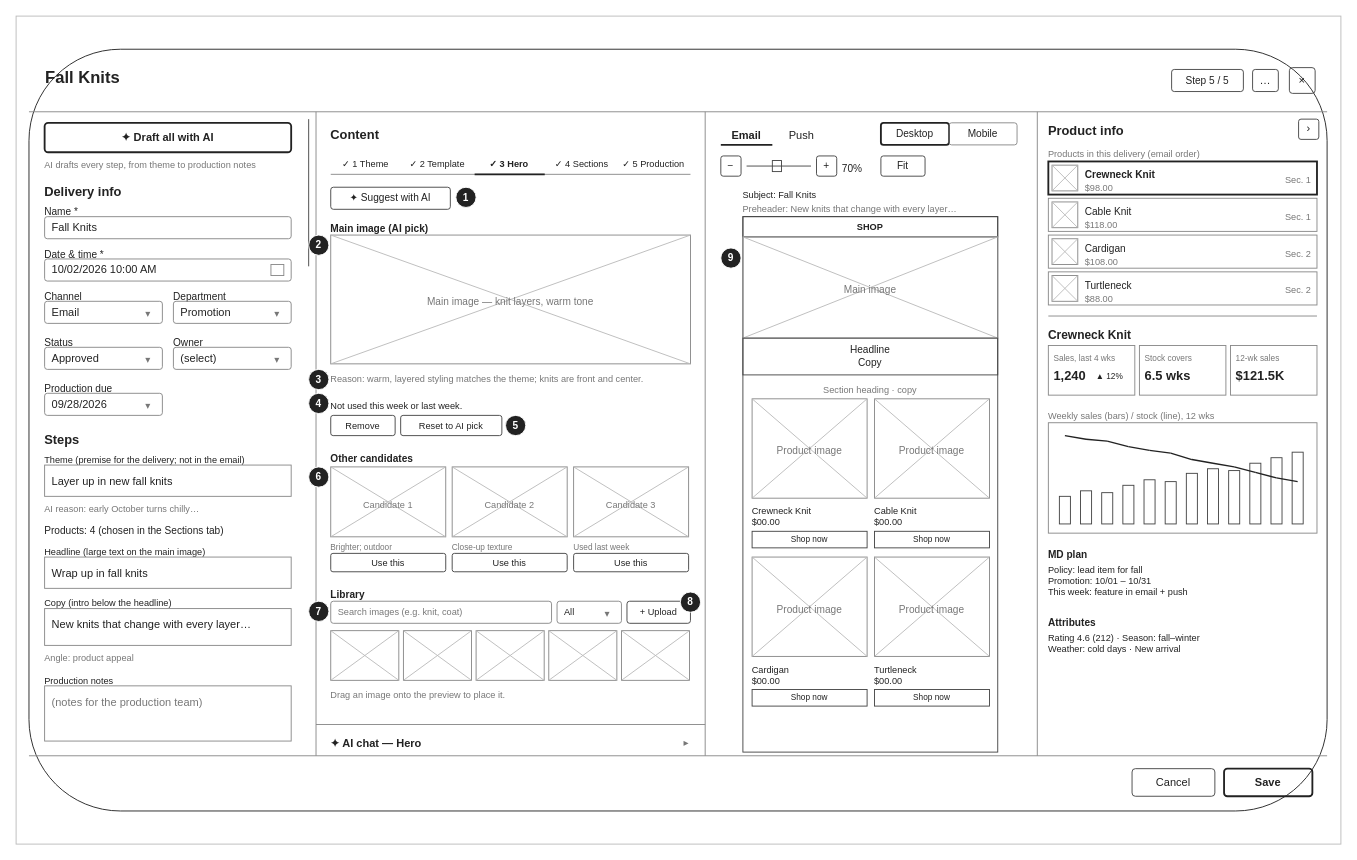
Earlier version of the draw.io diagram docs/wireframes/drawio/04-card-hero.drawio (audeoinc/ccp). Source tidied: cells renumbered, new cells numbered last; positions are measured from the earlier drawing's top-left corner, leaving out a move shared by most shapes. Both pictures are drawn from the tidied source at 92%, with x=0, y=0 at pixel (16, 16).
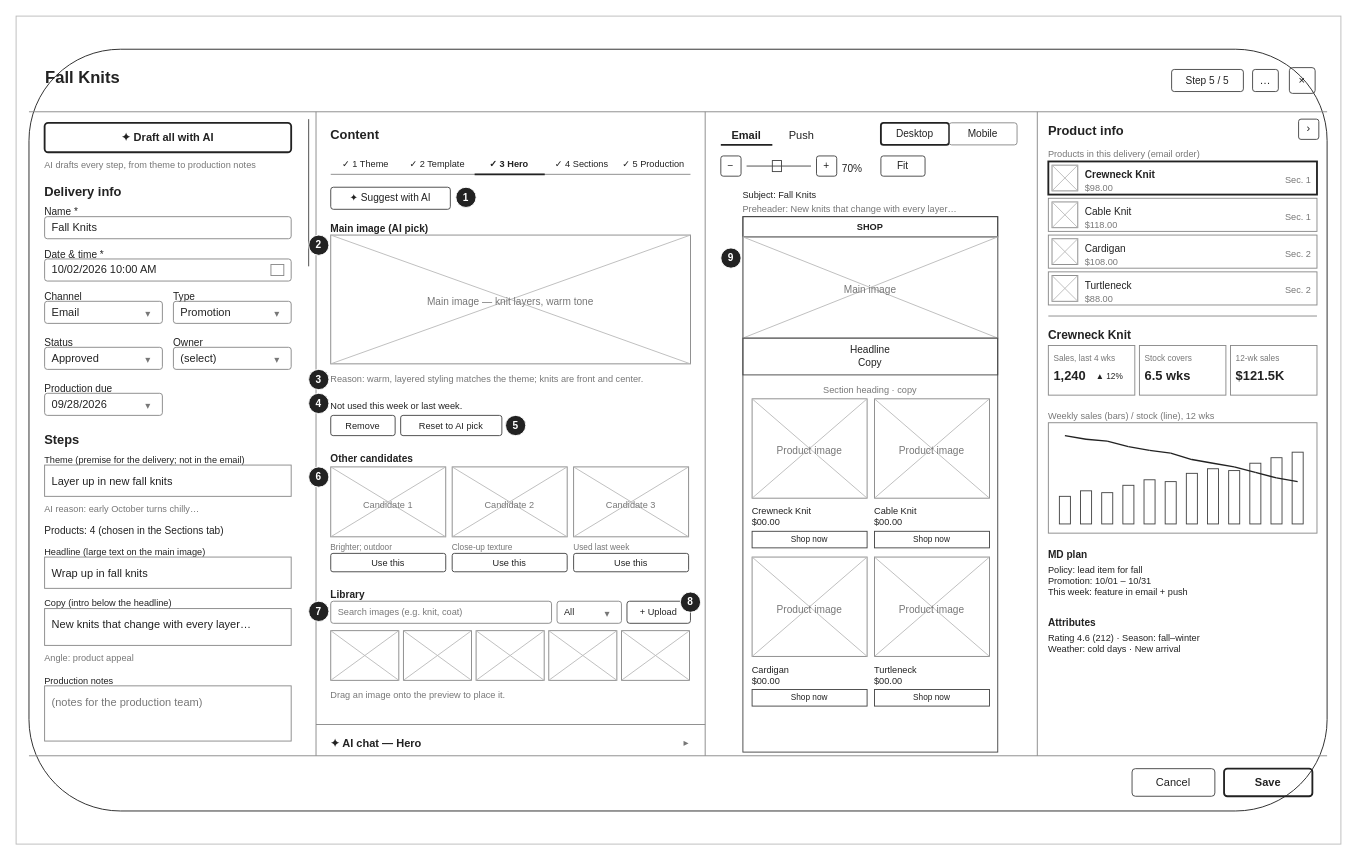
Above is the later version.

Change to the diagram source:
```diff
@@
-    <mxCell id="33" value="Department" style="text;html=1;strokeColor=none;fillColor=none;align=left;verticalAlign=top;whiteSpace=wrap;fontSize=11;fontColor=#222222;spacing=0;" parent="1" vertex="1">
+    <mxCell id="33" value="Type" style="text;html=1;strokeColor=none;fillColor=none;align=left;verticalAlign=top;whiteSpace=wrap;fontSize=11;fontColor=#222222;spacing=0;" parent="1" vertex="1">
       <mxGeometry x="171" y="294" width="128" height="16" as="geometry" />
     </mxCell>
```
